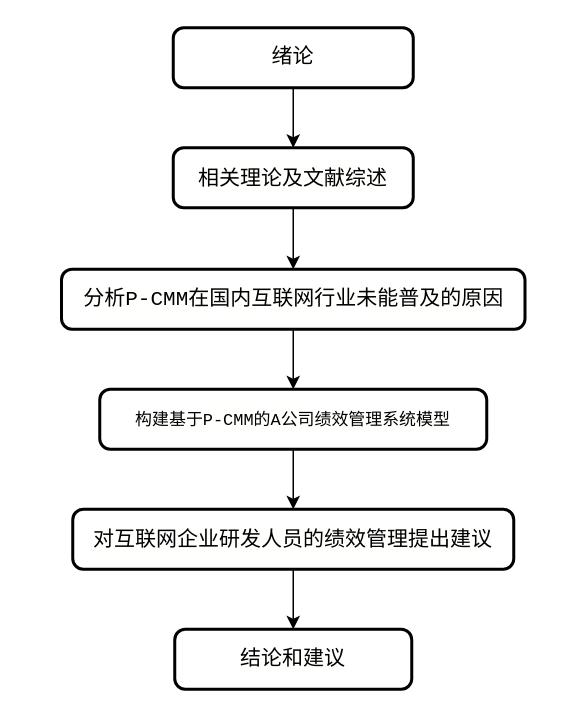
Before: 未命名绘图.drawio in guzhenhuaGitHub/draw_io, a draw.io diagram. Source tidied: cells renumbered, new cells numbered last; positions are measured from the earlier drawing's top-left corner, leaving out a move shared by most shapes. Both pictures are drawn from the tidied source at 150%, with x=0, y=0 at pixel (62, 27).
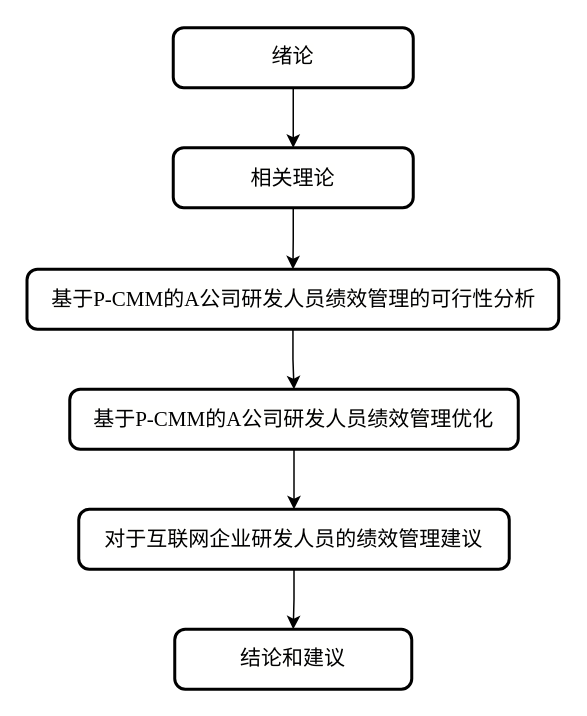
Above is the later version.

Commit message:
更新未命名绘图.drawio

What changed in the source:
```diff
@@
 <mxGraphModel>
   <root>
     <mxCell id="0" />
     <mxCell id="1" parent="0" />
     <mxCell id="2" style="edgeStyle=orthogonalEdgeStyle;rounded=0;jettySize=auto;html=1;" parent="1" edge="1" source="3" target="12">
       <mxGeometry relative="1" as="geometry" />
     </mxCell>
     <mxCell id="3" value="&lt;div style=&quot;background-color: rgb(255, 255, 254); font-family: Consolas, &amp;quot;Courier New&amp;quot;, monospace; font-size: 14px; line-height: 19px; white-space: pre;&quot;&gt;&lt;span&gt;&lt;font style=&quot;color: rgb(0, 0, 0);&quot;&gt;绪论&lt;/font&gt;&lt;/span&gt;&lt;/div&gt;" style="rounded=1;whiteSpace=wrap;html=1;absoluteArcSize=1;arcSize=14;strokeWidth=2;" parent="1" vertex="1">
       <mxGeometry x="74" width="160" height="40" as="geometry" />
     </mxCell>
     <mxCell id="4" style="edgeStyle=orthogonalEdgeStyle;rounded=0;jettySize=auto;html=1;" parent="1" edge="1" source="5" target="7">
       <mxGeometry relative="1" as="geometry" />
     </mxCell>
-    <mxCell id="5" value="&lt;div style=&quot;background-color: rgb(255, 255, 254); font-family: Consolas, &amp;quot;Courier New&amp;quot;, monospace; font-size: 14px; line-height: 19px; white-space: pre;&quot;&gt;&lt;span style=&quot;font-size: 8.47pt;&quot;&gt;构建基于P-CMM的A公司绩效管理系统模型&lt;/span&gt;&lt;br&gt;&lt;/div&gt;" style="rounded=1;whiteSpace=wrap;html=1;absoluteArcSize=1;arcSize=14;strokeWidth=2;" parent="1" vertex="1">
-      <mxGeometry x="25" y="241" width="258" height="40" as="geometry" />
+    <mxCell id="5" value="&lt;div style=&quot;background-color: rgb(255, 255, 254); font-family: Consolas, &amp;quot;Courier New&amp;quot;, monospace; font-size: 14px; line-height: 19px; white-space: pre;&quot;&gt;&lt;p class=&quot;MsoNormal&quot;&gt;&lt;span style=&quot;mso-spacerun:'yes';font-family:宋体;font-size:10.5000pt;&lt;br/&gt;mso-font-kerning:1.0000pt;&quot;&gt;&lt;font face=&quot;宋体&quot;&gt;基于&lt;/font&gt;&lt;font face=&quot;Times New Roman&quot;&gt;P-CMM&lt;/font&gt;&lt;font face=&quot;宋体&quot;&gt;的&lt;/font&gt;&lt;font face=&quot;Times New Roman&quot;&gt;A&lt;/font&gt;&lt;font face=&quot;宋体&quot;&gt;公司研发人员绩效管理优化&lt;/font&gt;&lt;/span&gt;&lt;/p&gt;&lt;/div&gt;" style="rounded=1;whiteSpace=wrap;html=1;absoluteArcSize=1;arcSize=14;strokeWidth=2;" parent="1" vertex="1">
+      <mxGeometry x="5" y="241" width="299" height="40" as="geometry" />
     </mxCell>
     <mxCell id="6" style="edgeStyle=orthogonalEdgeStyle;rounded=0;jettySize=auto;html=1;" parent="1" edge="1" source="7" target="8">
       <mxGeometry relative="1" as="geometry" />
     </mxCell>
-    <mxCell id="7" value="&lt;div style=&quot;background-color: rgb(255, 255, 254); font-family: Consolas, &amp;quot;Courier New&amp;quot;, monospace; font-size: 14px; line-height: 19px; white-space: pre;&quot;&gt;&lt;p class=&quot;MsoNormal&quot;&gt;&lt;span style=&quot;mso-spacerun:'yes';font-family:宋体;font-size:10.5000pt;&lt;br/&gt;mso-font-kerning:1.0000pt;&quot;&gt;对互联网企业研发人员的绩效管理提出建议&lt;/span&gt;&lt;/p&gt;&lt;/div&gt;" style="rounded=1;whiteSpace=wrap;html=1;absoluteArcSize=1;arcSize=14;strokeWidth=2;" parent="1" vertex="1">
-      <mxGeometry x="7" y="321" width="294" height="40" as="geometry" />
+    <mxCell id="7" value="&lt;div style=&quot;background-color: rgb(255, 255, 254); font-family: Consolas, &amp;quot;Courier New&amp;quot;, monospace; font-size: 14px; line-height: 19px; white-space: pre;&quot;&gt;&lt;p class=&quot;MsoNormal&quot;&gt;&lt;span style=&quot;mso-spacerun:'yes';font-family:宋体;font-size:10.5000pt;&lt;br/&gt;mso-font-kerning:1.0000pt;&quot;&gt;对于互联网企业研发人员的绩效管理建议&lt;/span&gt;&lt;/p&gt;&lt;/div&gt;" style="rounded=1;whiteSpace=wrap;html=1;absoluteArcSize=1;arcSize=14;strokeWidth=2;" parent="1" vertex="1">
+      <mxGeometry x="11" y="321" width="287" height="40" as="geometry" />
     </mxCell>
     <mxCell id="8" value="&lt;div style=&quot;background-color: rgb(255, 255, 254); font-family: Consolas, &amp;quot;Courier New&amp;quot;, monospace; font-size: 14px; line-height: 19px; white-space: pre;&quot;&gt;&lt;div style=&quot;line-height: 19px;&quot;&gt;&lt;span style=&quot;&quot;&gt;结论和建议&lt;/span&gt;&lt;/div&gt;&lt;/div&gt;" style="rounded=1;whiteSpace=wrap;html=1;absoluteArcSize=1;arcSize=14;strokeWidth=2;fontColor=#000000;" parent="1" vertex="1">
       <mxGeometry x="75" y="401" width="158" height="40" as="geometry" />
     </mxCell>
     <mxCell id="9" style="edgeStyle=orthogonalEdgeStyle;rounded=0;jettySize=auto;html=1;" parent="1" edge="1" source="10" target="5">
       <mxGeometry relative="1" as="geometry" />
     </mxCell>
-    <mxCell id="10" value="&lt;div style=&quot;background-color: rgb(255, 255, 254); font-family: Consolas, &amp;quot;Courier New&amp;quot;, monospace; font-size: 14px; line-height: 19px; white-space: pre;&quot;&gt;&lt;span&gt;&lt;font style=&quot;color: rgb(0, 0, 0);&quot;&gt;分析P-CMM在国内互联网行业未能普及的原因&lt;/font&gt;&lt;/span&gt;&lt;/div&gt;" style="rounded=1;whiteSpace=wrap;html=1;absoluteArcSize=1;arcSize=14;strokeWidth=2;" parent="1" vertex="1">
-      <mxGeometry x="-0.5" y="161" width="309" height="40" as="geometry" />
+    <mxCell id="10" value="&lt;div style=&quot;background-color: rgb(255, 255, 254); font-family: Consolas, &amp;quot;Courier New&amp;quot;, monospace; font-size: 14px; line-height: 19px; white-space: pre;&quot;&gt;&lt;p class=&quot;MsoNormal&quot;&gt;&lt;span style=&quot;mso-spacerun:'yes';font-family:宋体;font-size:10.5000pt;&lt;br/&gt;mso-font-kerning:1.0000pt;&quot;&gt;&lt;font face=&quot;宋体&quot;&gt;基于&lt;/font&gt;&lt;font face=&quot;Times New Roman&quot;&gt;P-CMM&lt;/font&gt;&lt;font face=&quot;宋体&quot;&gt;的&lt;/font&gt;&lt;font face=&quot;Times New Roman&quot;&gt;A&lt;/font&gt;&lt;font face=&quot;宋体&quot;&gt;公司研发人员绩效管理的可行性分析&lt;/font&gt;&lt;/span&gt;&lt;/p&gt;&lt;/div&gt;" style="rounded=1;whiteSpace=wrap;html=1;absoluteArcSize=1;arcSize=14;strokeWidth=2;" parent="1" vertex="1">
+      <mxGeometry x="-23.5" y="161" width="354.5" height="40" as="geometry" />
     </mxCell>
     <mxCell id="11" style="edgeStyle=orthogonalEdgeStyle;rounded=0;jettySize=auto;html=1;" parent="1" edge="1" source="12" target="10">
       <mxGeometry relative="1" as="geometry" />
     </mxCell>
-    <mxCell id="12" value="&lt;div style=&quot;background-color: rgb(255, 255, 254); font-family: Consolas, &amp;quot;Courier New&amp;quot;, monospace; font-size: 14px; line-height: 19px; white-space: pre;&quot;&gt;&lt;p class=&quot;MsoNormal&quot;&gt;&lt;span style=&quot;mso-spacerun:'yes';font-family:宋体;font-size:10.5000pt;&lt;br/&gt;mso-font-kerning:1.0000pt;&quot;&gt;相关理论及文献综述&lt;/span&gt;&lt;/p&gt;&lt;/div&gt;" style="rounded=1;whiteSpace=wrap;html=1;absoluteArcSize=1;arcSize=14;strokeWidth=2;" parent="1" vertex="1">
+    <mxCell id="12" value="&lt;div style=&quot;background-color: rgb(255, 255, 254); font-family: Consolas, &amp;quot;Courier New&amp;quot;, monospace; font-size: 14px; line-height: 19px; white-space: pre;&quot;&gt;&lt;p class=&quot;MsoNormal&quot;&gt;&lt;span style=&quot;mso-spacerun:'yes';font-family:宋体;font-size:10.5000pt;&lt;br/&gt;mso-font-kerning:1.0000pt;&quot;&gt;相关理论&lt;/span&gt;&lt;/p&gt;&lt;/div&gt;" style="rounded=1;whiteSpace=wrap;html=1;absoluteArcSize=1;arcSize=14;strokeWidth=2;" parent="1" vertex="1">
       <mxGeometry x="74" y="80" width="160" height="40" as="geometry" />
     </mxCell>
   </root>
 </mxGraphModel>
```
